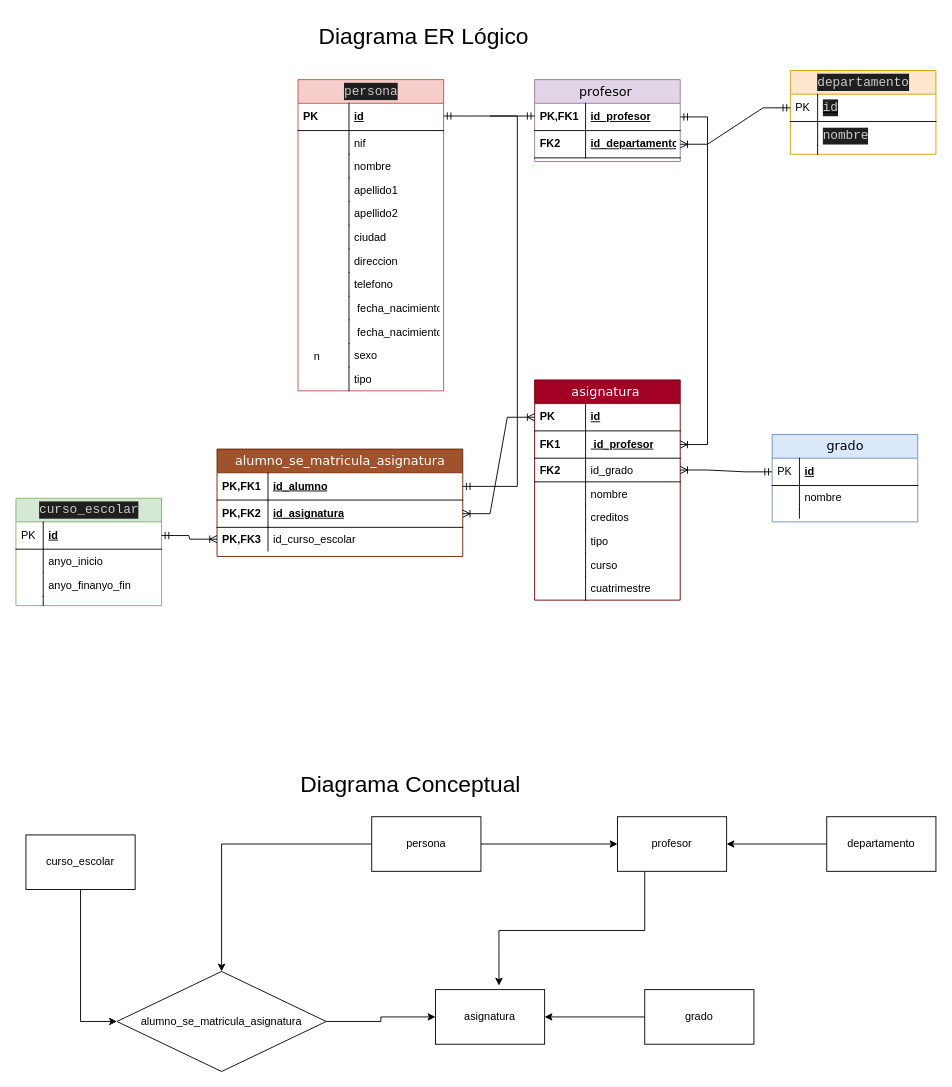
Earlier version of the draw.io diagram Examen.drawio (artissce/BD_FALL2024). Source tidied: cells renumbered, new cells numbered last; positions are measured from the earlier drawing's top-left corner, leaving out a move shared by most shapes. Both pictures are drawn from the tidied source at 91%, with x=0, y=0 at pixel (15, 15).
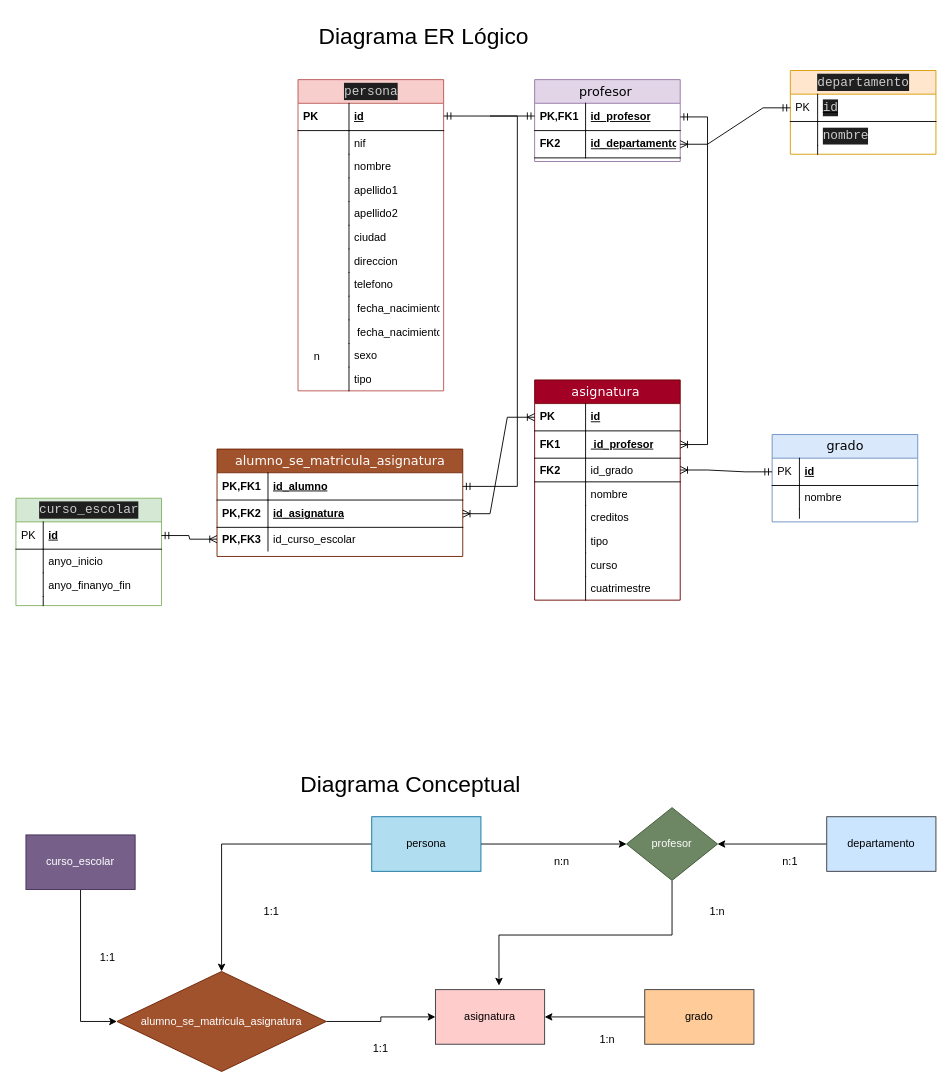
The same diagram, later.

Change to the diagram source:
```diff
@@
-    <mxCell id="82" value="curso_escolar" style="rounded=0;whiteSpace=wrap;html=1;" parent="1" vertex="1">
+    <mxCell id="82" value="curso_escolar" style="rounded=0;whiteSpace=wrap;html=1;fillColor=#76608a;fontColor=#ffffff;strokeColor=#432D57;" parent="1" vertex="1">
       <mxGeometry x="11" y="900" width="120" height="60" as="geometry" />
     </mxCell>
-    <mxCell id="83" value="asignatura" style="rounded=0;whiteSpace=wrap;html=1;" parent="1" vertex="1">
+    <mxCell id="83" value="asignatura" style="rounded=0;whiteSpace=wrap;html=1;fillColor=#ffcccc;strokeColor=#36393d;" parent="1" vertex="1">
       <mxGeometry x="461" y="1070" width="120" height="60" as="geometry" />
     </mxCell>
@@
-    <mxCell id="85" value="alumno_se_matricula_asignatura" style="rhombus;whiteSpace=wrap;html=1;" parent="1" vertex="1">
+    <mxCell id="85" value="alumno_se_matricula_asignatura" style="rhombus;whiteSpace=wrap;html=1;fillColor=#a0522d;fontColor=#ffffff;strokeColor=#6D1F00;" parent="1" vertex="1">
       <mxGeometry x="111" y="1050" width="230" height="110" as="geometry" />
     </mxCell>
@@
-    <mxCell id="88" value="persona" style="rounded=0;whiteSpace=wrap;html=1;" parent="1" vertex="1">
+    <mxCell id="88" value="persona" style="rounded=0;whiteSpace=wrap;html=1;fillColor=#b1ddf0;strokeColor=#10739e;" parent="1" vertex="1">
       <mxGeometry x="391" y="880" width="120" height="60" as="geometry" />
     </mxCell>
-    <mxCell id="89" value="profesor" style="rounded=0;whiteSpace=wrap;html=1;" parent="1" vertex="1">
-      <mxGeometry x="661" y="880" width="120" height="60" as="geometry" />
-    </mxCell>
@@
-    <mxCell id="91" value="grado" style="rounded=0;whiteSpace=wrap;html=1;" parent="1" vertex="1">
+    <mxCell id="91" value="grado" style="rounded=0;whiteSpace=wrap;html=1;fillColor=#ffcc99;strokeColor=#36393d;" parent="1" vertex="1">
       <mxGeometry x="691" y="1070" width="120" height="60" as="geometry" />
     </mxCell>
@@
-    <mxCell id="93" value="departamento" style="rounded=0;whiteSpace=wrap;html=1;" parent="1" vertex="1">
+    <mxCell id="93" value="departamento" style="rounded=0;whiteSpace=wrap;html=1;fillColor=#cce5ff;strokeColor=#36393d;" parent="1" vertex="1">
       <mxGeometry x="891" y="880" width="120" height="60" as="geometry" />
     </mxCell>
-    <mxCell id="94" style="edgeStyle=orthogonalEdgeStyle;rounded=0;jettySize=auto;html=1;exitX=0.25;exitY=1;exitDx=0;exitDy=0;entryX=0.582;entryY=-0.074;entryDx=0;entryDy=0;entryPerimeter=0;" parent="1" edge="1" source="89" target="83">
+    <mxCell id="94" style="edgeStyle=orthogonalEdgeStyle;rounded=0;jettySize=auto;html=1;exitX=0.5;exitY=1;exitDx=0;exitDy=0;entryX=0.582;entryY=-0.074;entryDx=0;entryDy=0;entryPerimeter=0;" parent="1" edge="1" source="89" target="83">
       <mxGeometry relative="1" as="geometry" />
     </mxCell>
@@
+    <mxCell id="103" value="1:1" style="text;html=1;align=center;verticalAlign=middle;whiteSpace=wrap;rounded=0;" parent="1" vertex="1">
+      <mxGeometry x="71" y="1020" width="60" height="30" as="geometry" />
+    </mxCell>
+    <mxCell id="104" value="1:1" style="text;html=1;align=center;verticalAlign=middle;whiteSpace=wrap;rounded=0;" parent="1" vertex="1">
+      <mxGeometry x="251" y="970" width="60" height="30" as="geometry" />
+    </mxCell>
+    <mxCell id="105" value="n:n" style="text;html=1;align=center;verticalAlign=middle;whiteSpace=wrap;rounded=0;" parent="1" vertex="1">
+      <mxGeometry x="570" y="915" width="60" height="30" as="geometry" />
+    </mxCell>
+    <mxCell id="106" value="1:1" style="text;html=1;align=center;verticalAlign=middle;whiteSpace=wrap;rounded=0;" parent="1" vertex="1">
+      <mxGeometry x="371" y="1120" width="60" height="30" as="geometry" />
+    </mxCell>
+    <mxCell id="107" value="1:n" style="text;html=1;align=center;verticalAlign=middle;whiteSpace=wrap;rounded=0;" parent="1" vertex="1">
+      <mxGeometry x="620" y="1110" width="60" height="30" as="geometry" />
+    </mxCell>
+    <mxCell id="108" value="1:n" style="text;html=1;align=center;verticalAlign=middle;whiteSpace=wrap;rounded=0;" parent="1" vertex="1">
+      <mxGeometry x="741" y="970" width="60" height="30" as="geometry" />
+    </mxCell>
+    <mxCell id="109" value="n:1" style="text;html=1;align=center;verticalAlign=middle;whiteSpace=wrap;rounded=0;" parent="1" vertex="1">
+      <mxGeometry x="821" y="915" width="60" height="30" as="geometry" />
+    </mxCell>
+    <mxCell id="89" value="profesor" style="rhombus;whiteSpace=wrap;html=1;fillColor=#6d8764;fontColor=#ffffff;strokeColor=#3A5431;" parent="1" vertex="1">
+      <mxGeometry x="671" y="870" width="100" height="80" as="geometry" />
+    </mxCell>
```
